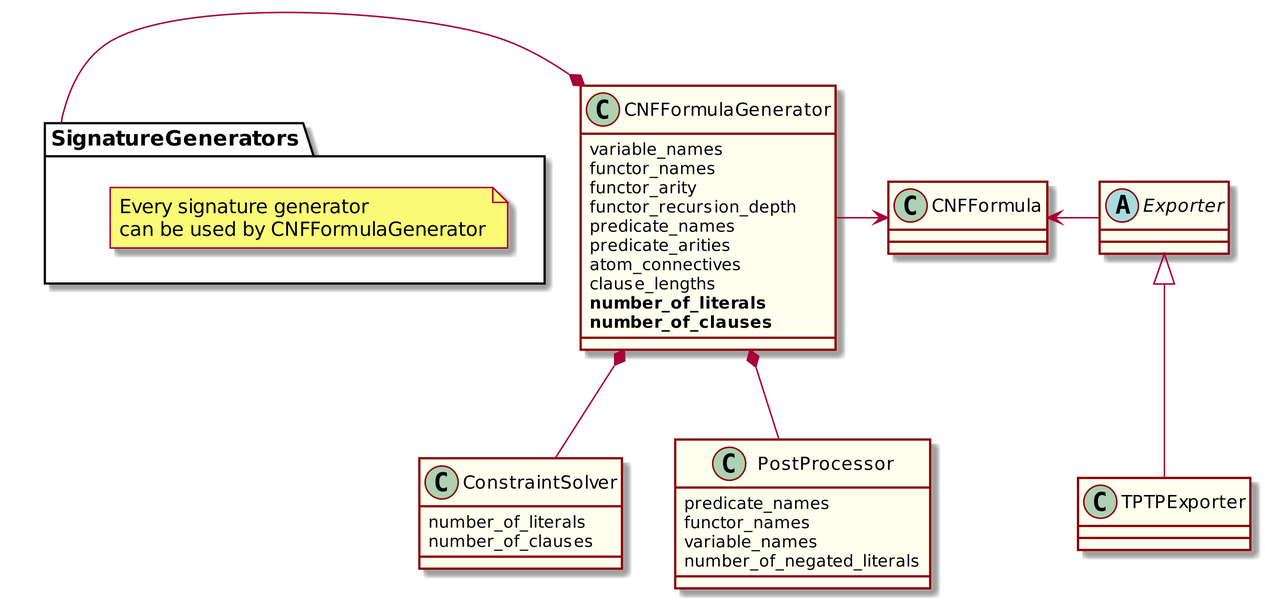
The PlantUML diagram logic-formula-generator/cnf_formula_generator.png in Mateusz-Grzelinski/set-research-documentation, before a commit.
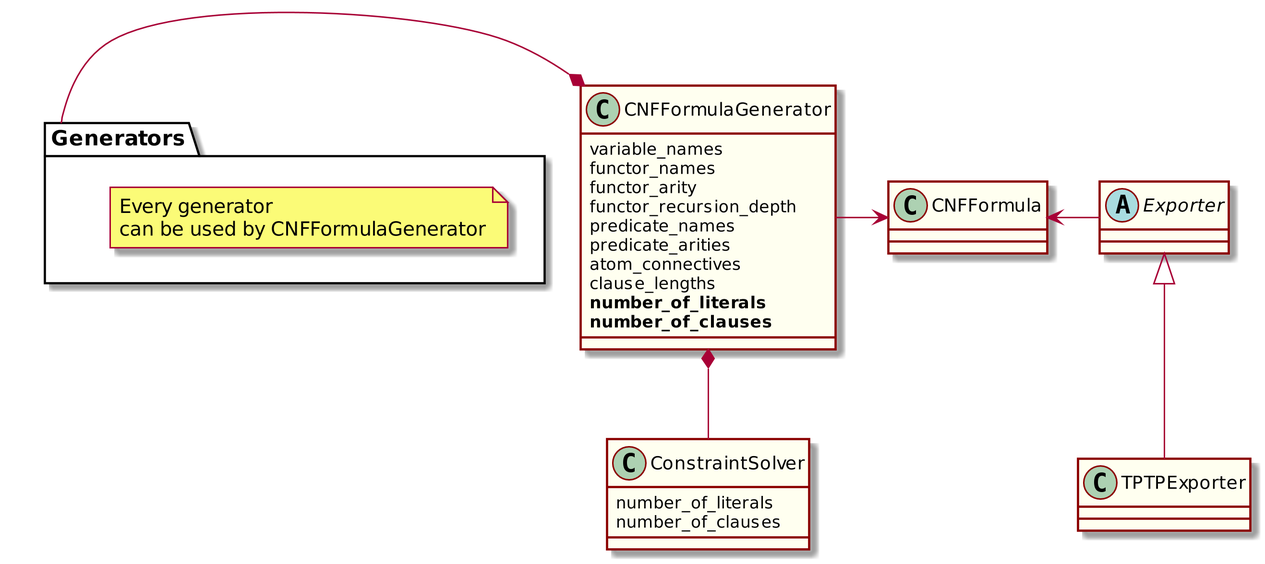
Above is the later version.

Diff of the diagram source:
```diff
@@ -6,13 +6,12 @@
   borderColor DarkRed
 }
 
-package SignatureGenerators {
-  note "Every signature generator \ncan be used by CNFFormulaGenerator" as N
+package Generators {
+  note "Every generator \ncan be used by CNFFormulaGenerator" as N
  }
 
-SignatureGenerators -* CNFFormulaGenerator
+Generators -* CNFFormulaGenerator
 CNFFormulaGenerator *-- ConstraintSolver
-CNFFormulaGenerator *-- PostProcessor
 CNFFormulaGenerator -> CNFFormula
 CNFFormula <- Exporter
 Exporter <|-- TPTPExporter
@@ -35,13 +34,6 @@
   number_of_clauses
 }
 
-class PostProcessor {
-  predicate_names
-  functor_names
-  variable_names
-  number_of_negated_literals
-}
-
 abstract class Exporter {
 }
 
```
